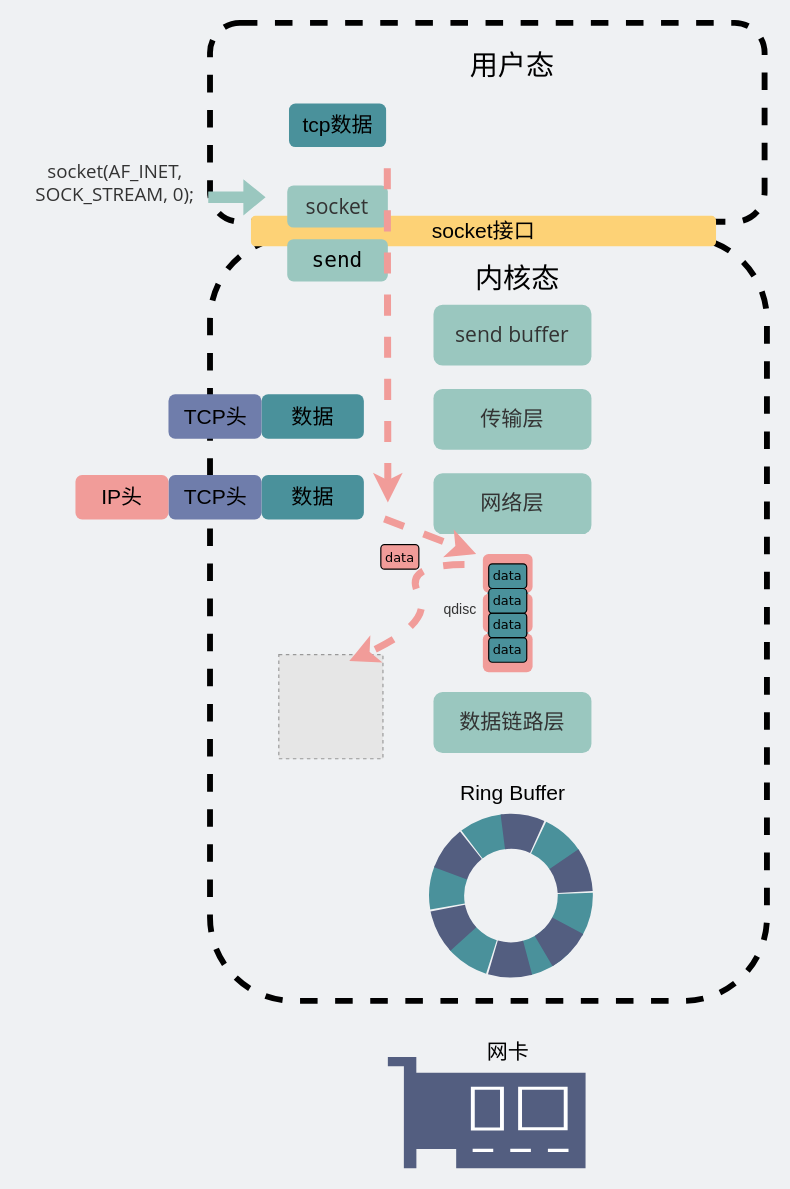
Earlier version of the draw.io diagram network/qdisc丢包.drawio (xiaobaiTech/image). Source tidied: cells renumbered, new cells numbered last; positions are measured from the earlier drawing's top-left corner, leaving out a move shared by most shapes. Both pictures are drawn from the tidied source at 117%, with x=0, y=0 at pixel (20, 22). Pictures stored in the file or linked from it are replaced by grey dashed boxes.
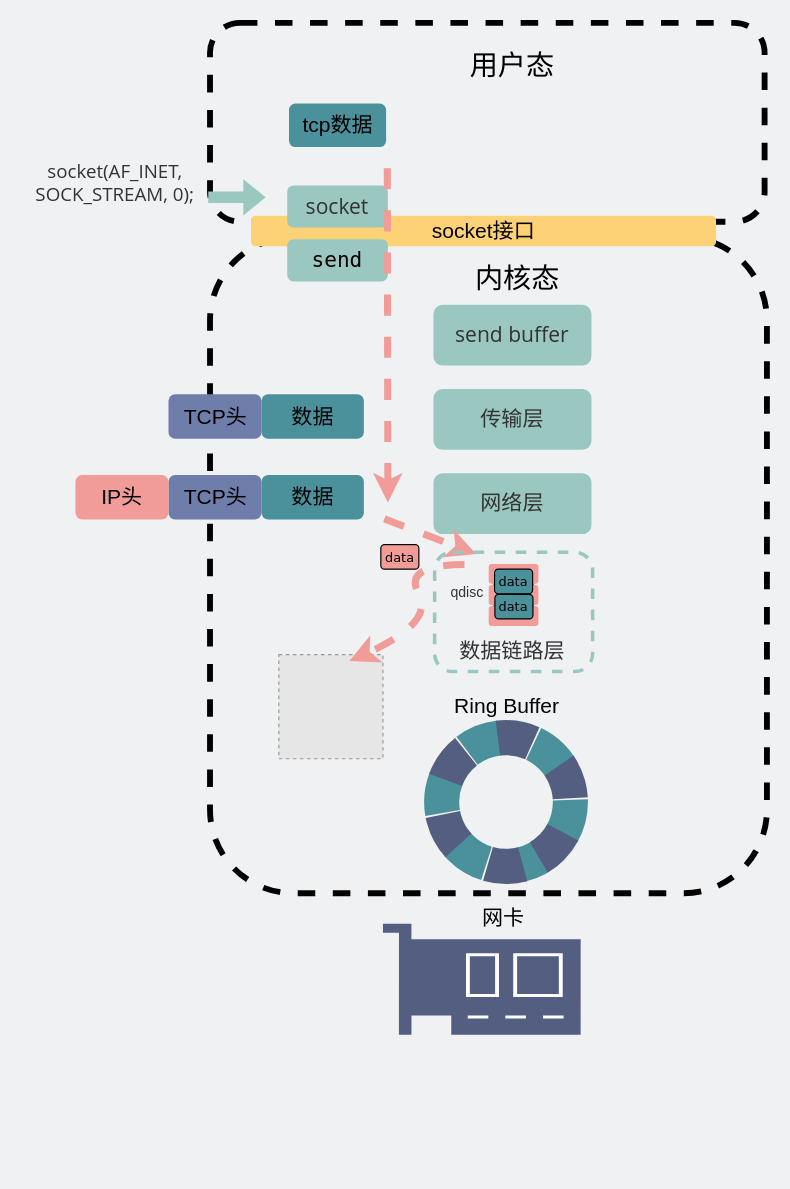
After the change.

What changed in the source:
```diff
@@
     <mxCell id="2" style="rounded=1;whiteSpace=wrap;html=1;dashed=1;strokeWidth=5;fillColor=none;" parent="1" vertex="1">
-      <mxGeometry x="162" y="183" width="476" height="653" as="geometry" />
+      <mxGeometry x="162" y="183" width="476" height="561" as="geometry" />
     </mxCell>
-    <mxCell id="3" style="rounded=0;whiteSpace=wrap;html=1;strokeColor=none;fontSize=18;fillColor=#4A919B;labelBackgroundColor=none;" parent="1" vertex="1">
-      <mxGeometry x="399" y="464" width="35" height="74" as="geometry" />
-    </mxCell>
@@
-    <mxCell id="15" value="&lt;span style=&quot;color: rgb(51, 51, 51); font-family: &amp;quot;open sans&amp;quot;, &amp;quot;clear sans&amp;quot;, &amp;quot;helvetica neue&amp;quot;, helvetica, arial, sans-serif; font-size: 18px;&quot;&gt;数据链路层&lt;/span&gt;" style="rounded=1;whiteSpace=wrap;html=1;strokeColor=none;fontSize=18;fillColor=#9AC7BF;labelBackgroundColor=none;" parent="1" vertex="1">
-      <mxGeometry x="353" y="572" width="135" height="52" as="geometry" />
-    </mxCell>
     <mxCell id="16" style="shadow=0;dashed=0;html=1;strokeColor=none;labelPosition=center;verticalLabelPosition=bottom;verticalAlign=top;align=center;shape=mxgraph.veeam2.network_card;fillColor=#535E80;" parent="1" vertex="1">
-      <mxGeometry x="314" y="884" width="169" height="95" as="geometry" />
+      <mxGeometry x="309.8" y="770" width="169" height="95" as="geometry" />
     </mxCell>
     <mxCell id="17" style="ellipse;whiteSpace=wrap;html=1;dashed=1;fontSize=18;strokeWidth=30;fillColor=none;strokeColor=#4A919B;rotation=45;dashPattern=1 1;" parent="1" vertex="1">
-      <mxGeometry x="364.2" y="691" width="110" height="110" as="geometry" />
+      <mxGeometry x="360" y="611" width="110" height="110" as="geometry" />
     </mxCell>
     <mxCell id="18" style="ellipse;whiteSpace=wrap;html=1;dashed=1;fontSize=18;strokeWidth=30;fillColor=none;rotation=75;dashPattern=1 1;strokeColor=#535E80;" parent="1" vertex="1">
-      <mxGeometry x="364.2" y="691" width="110" height="110" as="geometry" />
+      <mxGeometry x="360" y="611" width="110" height="110" as="geometry" />
     </mxCell>
     <mxCell id="19" value="Ring Buffer" style="text;html=1;strokeColor=none;fillColor=none;align=center;verticalAlign=middle;whiteSpace=wrap;rounded=0;dashed=1;dashPattern=1 1;fontSize=18;" parent="1" vertex="1">
-      <mxGeometry x="367.5" y="647" width="106" height="24" as="geometry" />
+      <mxGeometry x="363.2" y="572" width="106" height="24" as="geometry" />
     </mxCell>
     <mxCell id="20" value="网卡" style="text;html=1;strokeColor=none;fillColor=none;align=center;verticalAlign=middle;whiteSpace=wrap;rounded=0;dashed=1;dashPattern=1 1;fontSize=18;" parent="1" vertex="1">
-      <mxGeometry x="364" y="868" width="106" height="24" as="geometry" />
+      <mxGeometry x="359.8" y="754" width="106" height="24" as="geometry" />
     </mxCell>
@@
-    <mxCell id="28" style="rounded=1;whiteSpace=wrap;html=1;strokeColor=none;fontSize=18;fillColor=#F19C99;labelBackgroundColor=none;" parent="1" vertex="1">
-      <mxGeometry x="395.2" y="454" width="42.5" height="33" as="geometry" />
-    </mxCell>
-    <mxCell id="29" style="rounded=1;whiteSpace=wrap;html=1;strokeColor=none;fontSize=18;fillColor=#F19C99;labelBackgroundColor=none;" parent="1" vertex="1">
-      <mxGeometry x="395.2" y="488" width="42.5" height="33" as="geometry" />
-    </mxCell>
-    <mxCell id="30" style="rounded=1;whiteSpace=wrap;html=1;strokeColor=none;fontSize=18;fillColor=#F19C99;labelBackgroundColor=none;" parent="1" vertex="1">
-      <mxGeometry x="395.2" y="522" width="42.5" height="33" as="geometry" />
-    </mxCell>
-    <mxCell id="31" value="&lt;font color=&quot;#333333&quot;&gt;qdisc&lt;/font&gt;" style="text;html=1;strokeColor=none;fillColor=none;align=center;verticalAlign=middle;whiteSpace=wrap;rounded=0;" parent="1" vertex="1">
-      <mxGeometry x="346" y="487" width="60" height="30" as="geometry" />
-    </mxCell>
@@
-    <mxCell id="33" style="rounded=1;whiteSpace=wrap;html=1;strokeColor=default;fontSize=18;fillColor=#4A919B;labelBackgroundColor=none;align=center;" parent="1" vertex="1">
-      <mxGeometry x="400.2" y="525.5" width="32.5" height="21" as="geometry" />
-    </mxCell>
-    <mxCell id="34" value="data" style="text;html=1;strokeColor=none;fillColor=none;align=center;verticalAlign=middle;whiteSpace=wrap;rounded=0;fontFamily=Verdana;fontSize=11;" parent="1" vertex="1">
-      <mxGeometry x="402" y="526.5" width="29" height="19" as="geometry" />
-    </mxCell>
-    <mxCell id="35" style="rounded=1;whiteSpace=wrap;html=1;strokeColor=default;fontSize=18;fillColor=#4A919B;labelBackgroundColor=none;align=center;" parent="1" vertex="1">
-      <mxGeometry x="400.2" y="504.5" width="32.5" height="21" as="geometry" />
-    </mxCell>
-    <mxCell id="36" value="data" style="text;html=1;strokeColor=none;fillColor=none;align=center;verticalAlign=middle;whiteSpace=wrap;rounded=0;fontFamily=Verdana;fontSize=11;" parent="1" vertex="1">
-      <mxGeometry x="402" y="505.5" width="29" height="19" as="geometry" />
-    </mxCell>
-    <mxCell id="37" style="rounded=1;whiteSpace=wrap;html=1;strokeColor=default;fontSize=18;fillColor=#4A919B;labelBackgroundColor=none;align=center;" parent="1" vertex="1">
-      <mxGeometry x="400.2" y="483.5" width="32.5" height="21" as="geometry" />
-    </mxCell>
-    <mxCell id="38" value="data" style="text;html=1;strokeColor=none;fillColor=none;align=center;verticalAlign=middle;whiteSpace=wrap;rounded=0;fontFamily=Verdana;fontSize=11;" parent="1" vertex="1">
-      <mxGeometry x="402" y="484.5" width="29" height="19" as="geometry" />
-    </mxCell>
-    <mxCell id="39" style="rounded=1;whiteSpace=wrap;html=1;strokeColor=default;fontSize=18;fillColor=#4A919B;labelBackgroundColor=none;align=center;" parent="1" vertex="1">
-      <mxGeometry x="400.2" y="462.5" width="32.5" height="21" as="geometry" />
-    </mxCell>
-    <mxCell id="40" value="data" style="text;html=1;strokeColor=none;fillColor=none;align=center;verticalAlign=middle;whiteSpace=wrap;rounded=0;fontFamily=Verdana;fontSize=11;" parent="1" vertex="1">
-      <mxGeometry x="402" y="463.5" width="29" height="19" as="geometry" />
-    </mxCell>
@@
+    <mxCell id="45" style="rounded=0;whiteSpace=wrap;html=1;strokeColor=none;fontSize=18;fillColor=#4A919B;labelBackgroundColor=none;" parent="1" vertex="1">
+      <mxGeometry x="404" y="472.5" width="35" height="43" as="geometry" />
+    </mxCell>
+    <mxCell id="46" style="rounded=1;whiteSpace=wrap;html=1;strokeColor=#9AC7BF;fontSize=18;fillColor=none;labelBackgroundColor=none;dashed=1;strokeWidth=3;" parent="1" vertex="1">
+      <mxGeometry x="354" y="452.5" width="135" height="102" as="geometry" />
+    </mxCell>
+    <mxCell id="47" style="rounded=1;whiteSpace=wrap;html=1;strokeColor=none;fontSize=18;fillColor=#F19C99;labelBackgroundColor=none;" parent="1" vertex="1">
+      <mxGeometry x="400.2" y="462.5" width="42.5" height="17" as="geometry" />
+    </mxCell>
+    <mxCell id="31" value="&lt;font color=&quot;#333333&quot;&gt;qdisc&lt;/font&gt;" style="text;html=1;strokeColor=none;fillColor=none;align=center;verticalAlign=middle;whiteSpace=wrap;rounded=0;" parent="1" vertex="1">
+      <mxGeometry x="352" y="472" width="60" height="30" as="geometry" />
+    </mxCell>
+    <mxCell id="48" style="rounded=1;whiteSpace=wrap;html=1;strokeColor=none;fontSize=18;fillColor=#F19C99;labelBackgroundColor=none;" parent="1" vertex="1">
+      <mxGeometry x="400.2" y="480.5" width="42.5" height="17" as="geometry" />
+    </mxCell>
+    <mxCell id="49" style="rounded=1;whiteSpace=wrap;html=1;strokeColor=none;fontSize=18;fillColor=#F19C99;labelBackgroundColor=none;" parent="1" vertex="1">
+      <mxGeometry x="400.2" y="498.5" width="42.5" height="17" as="geometry" />
+    </mxCell>
+    <mxCell id="15" value="&lt;span style=&quot;color: rgb(51, 51, 51); font-family: &amp;quot;open sans&amp;quot;, &amp;quot;clear sans&amp;quot;, &amp;quot;helvetica neue&amp;quot;, helvetica, arial, sans-serif; font-size: 18px;&quot;&gt;数据链路层&lt;/span&gt;" style="text;html=1;strokeColor=none;fillColor=none;align=center;verticalAlign=middle;whiteSpace=wrap;rounded=0;dashed=1;" parent="1" vertex="1">
+      <mxGeometry x="371.8" y="520.5" width="97" height="30" as="geometry" />
+    </mxCell>
+    <mxCell id="50" style="rounded=1;whiteSpace=wrap;html=1;strokeColor=default;fontSize=18;fillColor=#4A919B;labelBackgroundColor=none;align=center;" parent="1" vertex="1">
+      <mxGeometry x="405.2" y="467" width="32.5" height="21" as="geometry" />
+    </mxCell>
+    <mxCell id="51" value="data" style="text;html=1;strokeColor=none;fillColor=none;align=center;verticalAlign=middle;whiteSpace=wrap;rounded=0;fontFamily=Verdana;fontSize=11;" parent="1" vertex="1">
+      <mxGeometry x="407" y="468" width="29" height="19" as="geometry" />
+    </mxCell>
+    <mxCell id="52" style="rounded=1;whiteSpace=wrap;html=1;strokeColor=default;fontSize=18;fillColor=#4A919B;labelBackgroundColor=none;align=center;" parent="1" vertex="1">
+      <mxGeometry x="405.5" y="488.5" width="32.5" height="21" as="geometry" />
+    </mxCell>
+    <mxCell id="53" value="data" style="text;html=1;strokeColor=none;fillColor=none;align=center;verticalAlign=middle;whiteSpace=wrap;rounded=0;fontFamily=Verdana;fontSize=11;" parent="1" vertex="1">
+      <mxGeometry x="407.2" y="489.5" width="29" height="19" as="geometry" />
+    </mxCell>
```
